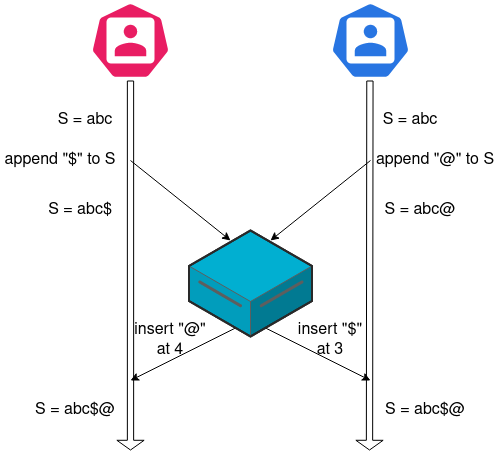
This is docs/img/google_docs_OT_example.png from sumeetgajjar/NUpad, a draw.io export, as it was before one commit. Source tidied: cells renumbered, new cells last; positions are measured from the earlier drawing's top-left corner, leaving out a move shared by most shapes.
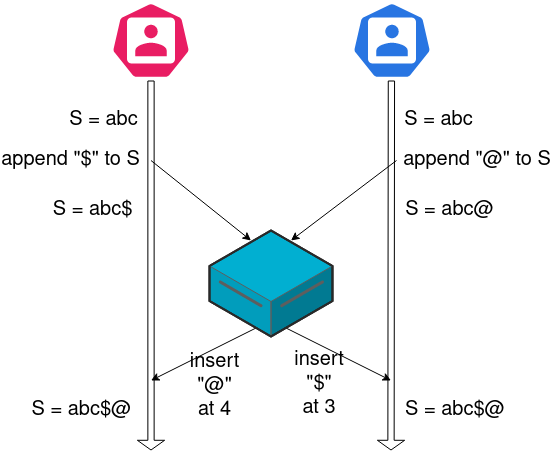
Above is the later version.

Diff of the diagram source:
```diff
@@ -2,79 +2,80 @@
   <root>
     <mxCell id="0" />
     <mxCell id="1" parent="0" />
-    <mxCell id="2" style="html=1;dashed=0;whitespace=wrap;fillColor=#e91d63;strokeColor=#ffffff;shape=mxgraph.kubernetes.icon;prIcon=user;" parent="1" vertex="1">
-      <mxGeometry x="90" width="80" height="80" as="geometry" />
+    <mxCell id="2" style="html=1;dashed=0;whitespace=wrap;fillColor=#e91d63;strokeColor=#ffffff;shape=mxgraph.kubernetes.icon;prIcon=user;fontSize=20;" parent="1" vertex="1">
+      <mxGeometry x="-519.5" y="70" width="80" height="80" as="geometry" />
     </mxCell>
-    <mxCell id="3" style="html=1;dashed=0;whitespace=wrap;fillColor=#2875E2;strokeColor=#ffffff;shape=mxgraph.kubernetes.icon;prIcon=user;" parent="1" vertex="1">
-      <mxGeometry x="330" width="80" height="80" as="geometry" />
+    <mxCell id="3" style="html=1;dashed=0;whitespace=wrap;fillColor=#2875E2;strokeColor=#ffffff;shape=mxgraph.kubernetes.icon;prIcon=user;fontSize=20;" parent="1" vertex="1">
+      <mxGeometry x="-278.5" y="70" width="80" height="80" as="geometry" />
     </mxCell>
-    <mxCell id="4" style="shape=flexArrow;endArrow=classic;html=1;width=6.285714285714286;endSize=2.902857142857143;" parent="1" edge="1">
+    <mxCell id="4" style="shape=flexArrow;endArrow=classic;html=1;width=6.285714285714286;endSize=2.902857142857143;fontSize=20;" parent="1" edge="1">
       <mxGeometry relative="1" as="geometry">
-        <mxPoint x="130" y="80" as="sourcePoint" />
-        <mxPoint x="130" y="450" as="targetPoint" />
+        <mxPoint x="-479.5" y="150" as="sourcePoint" />
+        <mxPoint x="-479.5" y="520" as="targetPoint" />
       </mxGeometry>
     </mxCell>
-    <mxCell id="5" style="shape=flexArrow;endArrow=classic;html=1;width=6.285714285714286;endSize=2.902857142857143;" parent="1" edge="1">
+    <mxCell id="5" style="shape=flexArrow;endArrow=classic;html=1;width=6.285714285714286;endSize=2.902857142857143;fontSize=20;" parent="1" edge="1">
       <mxGeometry relative="1" as="geometry">
-        <mxPoint x="369.4" y="80" as="sourcePoint" />
-        <mxPoint x="369" y="450" as="targetPoint" />
+        <mxPoint x="-239.1" y="150" as="sourcePoint" />
+        <mxPoint x="-239.5" y="520" as="targetPoint" />
       </mxGeometry>
     </mxCell>
-    <mxCell id="6" value="S = abc" style="text;html=1;strokeColor=none;fillColor=none;align=center;verticalAlign=middle;whiteSpace=wrap;rounded=0;fontSize=16;" parent="1" vertex="1">
-      <mxGeometry x="50" y="110" width="70" height="20" as="geometry" />
+    <mxCell id="6" value="S = abc" style="text;html=1;strokeColor=none;fillColor=none;align=center;verticalAlign=middle;whiteSpace=wrap;rounded=0;fontSize=20;" parent="1" vertex="1">
+      <mxGeometry x="-564" y="180" width="74.5" height="20" as="geometry" />
     </mxCell>
-    <mxCell id="7" value="S = abc" style="text;html=1;strokeColor=none;fillColor=none;align=center;verticalAlign=middle;whiteSpace=wrap;rounded=0;fontSize=16;" parent="1" vertex="1">
-      <mxGeometry x="380" y="110" width="60" height="20" as="geometry" />
+    <mxCell id="7" value="S = abc" style="text;html=1;strokeColor=none;fillColor=none;align=center;verticalAlign=middle;whiteSpace=wrap;rounded=0;fontSize=20;" parent="1" vertex="1">
+      <mxGeometry x="-228.5" y="180" width="72.5" height="20" as="geometry" />
     </mxCell>
-    <mxCell id="8" value="append &quot;$&quot; to S" style="text;html=1;strokeColor=none;fillColor=none;align=center;verticalAlign=middle;whiteSpace=wrap;rounded=0;fontSize=16;" parent="1" vertex="1">
-      <mxGeometry y="150" width="120" height="20" as="geometry" />
+    <mxCell id="8" value="append &quot;$&quot; to S" style="text;html=1;strokeColor=none;fillColor=none;align=center;verticalAlign=middle;whiteSpace=wrap;rounded=0;fontSize=20;" parent="1" vertex="1">
+      <mxGeometry x="-630" y="220" width="140.5" height="20" as="geometry" />
     </mxCell>
-    <mxCell id="9" value="S = abc$" style="text;html=1;strokeColor=none;fillColor=none;align=center;verticalAlign=middle;whiteSpace=wrap;rounded=0;fontSize=16;" parent="1" vertex="1">
-      <mxGeometry x="40" y="200" width="80" height="20" as="geometry" />
+    <mxCell id="9" value="S = abc$" style="text;html=1;strokeColor=none;fillColor=none;align=center;verticalAlign=middle;whiteSpace=wrap;rounded=0;fontSize=20;" parent="1" vertex="1">
+      <mxGeometry x="-586" y="270" width="96.5" height="20" as="geometry" />
     </mxCell>
-    <mxCell id="10" value="S = abc$@" style="text;html=1;strokeColor=none;fillColor=none;align=center;verticalAlign=middle;whiteSpace=wrap;rounded=0;fontSize=16;" parent="1" vertex="1">
-      <mxGeometry x="30" y="400" width="90" height="20" as="geometry" />
+    <mxCell id="10" value="S = abc$@" style="text;html=1;strokeColor=none;fillColor=none;align=center;verticalAlign=middle;whiteSpace=wrap;rounded=0;fontSize=20;" parent="1" vertex="1">
+      <mxGeometry x="-608" y="470" width="118.5" height="20" as="geometry" />
     </mxCell>
-    <mxCell id="11" value="append &quot;@&quot; to S" style="text;html=1;strokeColor=none;fillColor=none;align=center;verticalAlign=middle;whiteSpace=wrap;rounded=0;fontSize=16;" parent="1" vertex="1">
-      <mxGeometry x="370" y="150" width="130" height="20" as="geometry" />
+    <mxCell id="11" value="append &quot;@&quot; to S" style="text;html=1;strokeColor=none;fillColor=none;align=center;verticalAlign=middle;whiteSpace=wrap;rounded=0;fontSize=20;" parent="1" vertex="1">
+      <mxGeometry x="-228.5" y="220" width="149.5" height="20" as="geometry" />
     </mxCell>
-    <mxCell id="12" value="S = abc@" style="text;html=1;strokeColor=none;fillColor=none;align=center;verticalAlign=middle;whiteSpace=wrap;rounded=0;fontSize=16;" parent="1" vertex="1">
-      <mxGeometry x="380" y="200" width="80" height="20" as="geometry" />
+    <mxCell id="12" value="S = abc@" style="text;html=1;strokeColor=none;fillColor=none;align=center;verticalAlign=middle;whiteSpace=wrap;rounded=0;fontSize=20;" parent="1" vertex="1">
+      <mxGeometry x="-228.5" y="270" width="94.5" height="20" as="geometry" />
     </mxCell>
-    <mxCell id="13" style="endArrow=classic;html=1;entryX=0.25;entryY=0;entryDx=0;entryDy=0;" parent="1" edge="1">
+    <mxCell id="13" style="endArrow=classic;html=1;entryX=0.25;entryY=0;entryDx=0;entryDy=0;fontSize=20;" parent="1" edge="1">
       <mxGeometry relative="1" as="geometry">
-        <mxPoint x="130" y="160" as="sourcePoint" />
-        <mxPoint x="230" y="240" as="targetPoint" />
+        <mxPoint x="-479.5" y="230" as="sourcePoint" />
+        <mxPoint x="-379.5" y="310" as="targetPoint" />
       </mxGeometry>
     </mxCell>
-    <mxCell id="14" style="endArrow=classic;html=1;entryX=0.75;entryY=0;entryDx=0;entryDy=0;exitX=0;exitY=0.5;exitDx=0;exitDy=0;" parent="1" edge="1" source="11">
+    <mxCell id="14" style="endArrow=classic;html=1;entryX=0.75;entryY=0;entryDx=0;entryDy=0;fontSize=20;" parent="1" edge="1">
       <mxGeometry relative="1" as="geometry">
-        <mxPoint x="270" y="240" as="targetPoint" />
+        <mxPoint x="-234" y="230" as="sourcePoint" />
+        <mxPoint x="-339.5" y="310" as="targetPoint" />
       </mxGeometry>
     </mxCell>
-    <mxCell id="15" style="endArrow=classic;html=1;exitX=0.5;exitY=1;exitDx=0;exitDy=0;" parent="1" edge="1">
+    <mxCell id="15" style="endArrow=classic;html=1;exitX=0.5;exitY=1;exitDx=0;exitDy=0;fontSize=20;" parent="1" edge="1">
       <mxGeometry relative="1" as="geometry">
-        <mxPoint x="250" y="320" as="sourcePoint" />
-        <mxPoint x="130" y="380" as="targetPoint" />
+        <mxPoint x="-359.5" y="390" as="sourcePoint" />
+        <mxPoint x="-479.5" y="450" as="targetPoint" />
       </mxGeometry>
     </mxCell>
-    <mxCell id="16" style="endArrow=classic;html=1;exitX=0.5;exitY=1;exitDx=0;exitDy=0;" parent="1" edge="1">
+    <mxCell id="16" style="endArrow=classic;html=1;exitX=0.5;exitY=1;exitDx=0;exitDy=0;fontSize=20;" parent="1" edge="1">
       <mxGeometry relative="1" as="geometry">
-        <mxPoint x="250" y="320" as="sourcePoint" />
-        <mxPoint x="370" y="380" as="targetPoint" />
+        <mxPoint x="-359.5" y="390" as="sourcePoint" />
+        <mxPoint x="-239.5" y="450" as="targetPoint" />
       </mxGeometry>
     </mxCell>
-    <mxCell id="17" value="S = abc$@" style="text;html=1;strokeColor=none;fillColor=none;align=center;verticalAlign=middle;whiteSpace=wrap;rounded=0;fontSize=16;" parent="1" vertex="1">
-      <mxGeometry x="380" y="400" width="90" height="20" as="geometry" />
+    <mxCell id="17" value="S = abc$@" style="text;html=1;strokeColor=none;fillColor=none;align=center;verticalAlign=middle;whiteSpace=wrap;rounded=0;fontSize=20;" parent="1" vertex="1">
+      <mxGeometry x="-228.5" y="470" width="105.5" height="20" as="geometry" />
     </mxCell>
-    <mxCell id="18" value="insert &quot;$&quot; &lt;br style=&quot;font-size: 16px;&quot;&gt;at 3" style="text;html=1;strokeColor=none;fillColor=none;align=center;verticalAlign=middle;whiteSpace=wrap;rounded=0;fontSize=16;" parent="1" vertex="1">
-      <mxGeometry x="270" y="330" width="120" height="20" as="geometry" />
+    <mxCell id="18" value="insert &quot;$&quot; &lt;br style=&quot;font-size: 20px;&quot;&gt;at 3" style="text;html=1;strokeColor=none;fillColor=none;align=center;verticalAlign=middle;whiteSpace=wrap;rounded=0;fontSize=20;" parent="1" vertex="1">
+      <mxGeometry x="-333" y="444" width="44" height="20" as="geometry" />
     </mxCell>
-    <mxCell id="19" value="insert &quot;@&quot; &lt;br style=&quot;font-size: 16px;&quot;&gt;at 4" style="text;html=1;strokeColor=none;fillColor=none;align=center;verticalAlign=middle;whiteSpace=wrap;rounded=0;fontSize=16;" parent="1" vertex="1">
-      <mxGeometry x="110" y="330" width="120" height="20" as="geometry" />
+    <mxCell id="19" value="insert &quot;@&quot; &lt;br style=&quot;font-size: 20px;&quot;&gt;at 4" style="text;html=1;strokeColor=none;fillColor=none;align=center;verticalAlign=middle;whiteSpace=wrap;rounded=0;fontSize=20;" parent="1" vertex="1">
+      <mxGeometry x="-443" y="442" width="55" height="28" as="geometry" />
     </mxCell>
-    <mxCell id="20" style="verticalLabelPosition=bottom;html=1;verticalAlign=top;strokeWidth=1;align=center;dashed=0;shape=mxgraph.aws3d.dataServer;strokeColor=#5E5E5E;fillColor=#01afd1;" parent="1" vertex="1">
-      <mxGeometry x="188.5" y="230" width="123" height="106" as="geometry" />
+    <mxCell id="20" style="verticalLabelPosition=bottom;html=1;verticalAlign=top;strokeWidth=1;align=center;dashed=0;shape=mxgraph.aws3d.dataServer;strokeColor=#5E5E5E;fillColor=#01afd1;fontSize=20;" parent="1" vertex="1">
+      <mxGeometry x="-421" y="300" width="123" height="106" as="geometry" />
     </mxCell>
   </root>
 </mxGraphModel>
```
